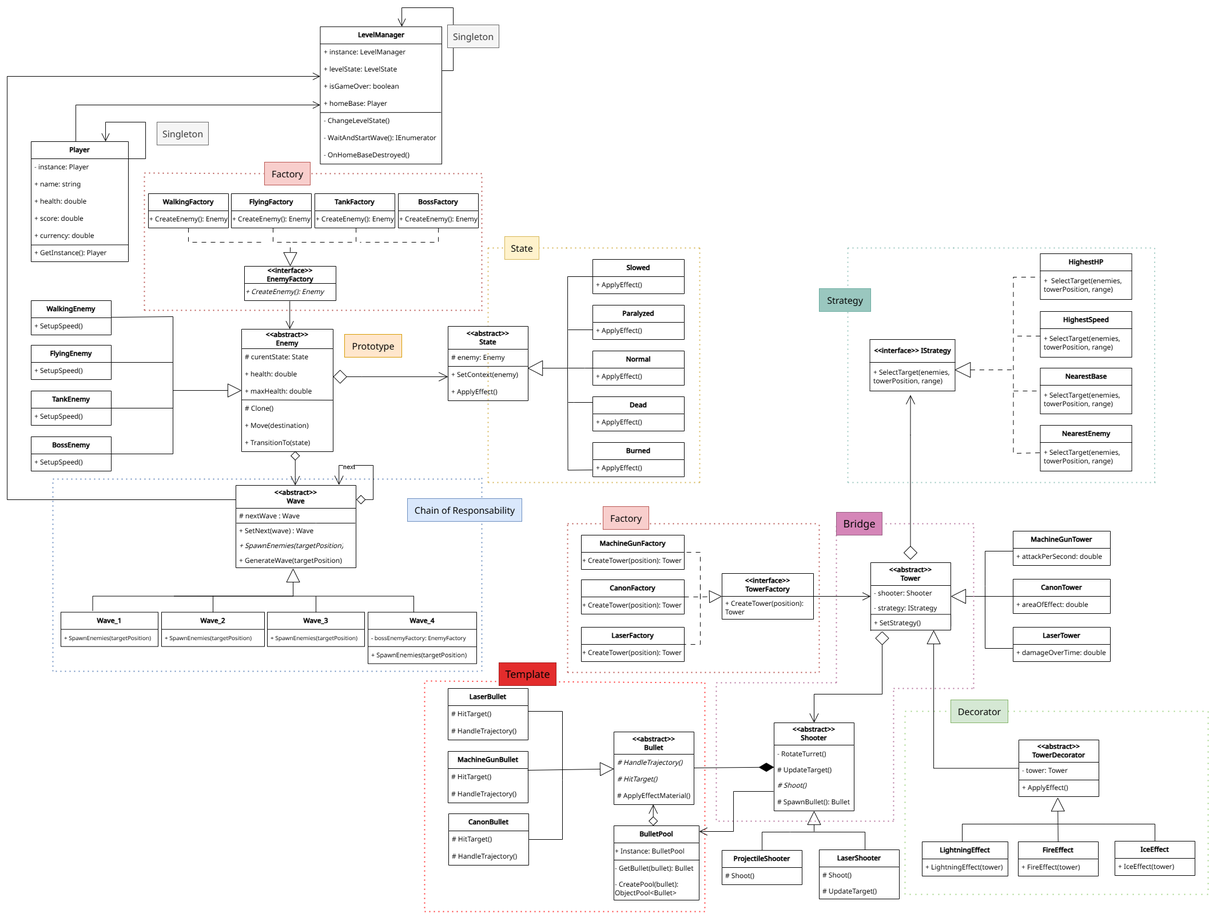
la-defense-des-tours/docs keeps this draw.io diagram as Diagrammes/ClassDiagram.png. Above is the earlier version. Source tidied: cells renumbered, new cells last; positions are measured from the earlier drawing's top-left corner, leaving out a move shared by most shapes.
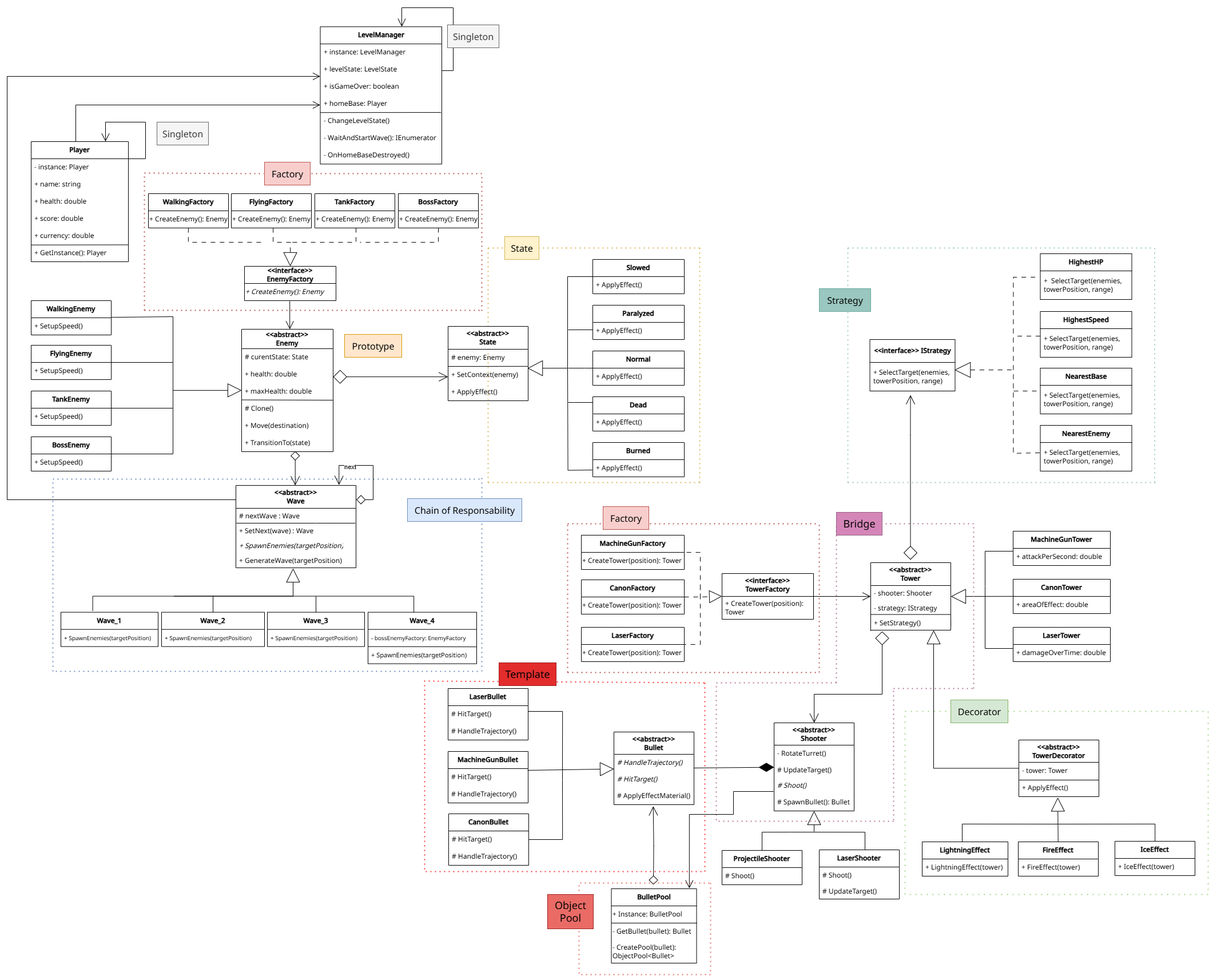
The same diagram one commit later.

Commit message:
fix: add object pool in diagram

The edit, as a diff of the source:
```diff
@@ -16,8 +16,8 @@
         <mxPoint x="1220" y="1180" as="sourcePoint" />
         <mxPoint x="1220" y="1180" as="targetPoint" />
         <Array as="points">
-          <mxPoint x="1220" y="1580" />
-          <mxPoint x="730" y="1580" />
+          <mxPoint x="1220" y="1510" />
+          <mxPoint x="730" y="1510" />
           <mxPoint x="730" y="1177" />
         </Array>
       </mxGeometry>
@@ -356,9 +356,10 @@
     <mxCell id="77" value="&lt;div&gt;Template&lt;/div&gt;" style="text;html=1;align=center;verticalAlign=middle;strokeColor=#A11F1F;fillColor=#E32C2C;fontSize=18;fontFamily=Noto Sans;fontSource=https%3A%2F%2Ffonts.googleapis.com%2Fcss%3Ffamily%3DNoto%2BSans;" parent="37" vertex="1">
       <mxGeometry x="700" y="322" width="100" height="40" as="geometry" />
     </mxCell>
-    <mxCell id="78" style="edgeStyle=orthogonalEdgeStyle;rounded=0;jettySize=auto;html=1;endArrow=open;endFill=0;endSize=14;startArrow=diamond;startFill=0;startSize=14;exitX=0.75;exitY=0;exitDx=0;exitDy=0;entryX=0.491;entryY=0.991;entryDx=0;entryDy=0;entryPerimeter=0;" parent="37" edge="1" target="231">
+    <mxCell id="78" style="edgeStyle=orthogonalEdgeStyle;rounded=0;orthogonalLoop=1;jettySize=auto;html=1;endArrow=open;endFill=0;endSize=14;startArrow=diamond;startFill=0;startSize=14;entryX=0.491;entryY=0.991;entryDx=0;entryDy=0;entryPerimeter=0;" parent="37" edge="1">
       <mxGeometry relative="1" as="geometry">
-        <mxPoint x="969.8" y="607" as="sourcePoint" />
+        <mxPoint x="970" y="710" as="sourcePoint" />
+        <mxPoint x="969.7" y="572.7" as="targetPoint" />
       </mxGeometry>
     </mxCell>
     <mxCell id="79" style="group;strokeColor=#a3d587;dashed=1;fontFamily=Noto Sans;fontSource=https%3A%2F%2Ffonts.googleapis.com%2Fcss%3Ffamily%3DNoto%2BSans;dashPattern=1 4;strokeWidth=2;" parent="1" vertex="1">
@@ -1068,7 +1069,7 @@
       </mxGeometry>
     </mxCell>
     <mxCell id="242" value="&lt;b&gt;BulletPool&lt;/b&gt;" style="swimlane;fontStyle=0;horizontal=1;startSize=30;whiteSpace=wrap;html=1;fillColor=none;fontFamily=Noto Sans;fontSource=https%3A%2F%2Ffonts.googleapis.com%2Fcss%3Ffamily%3DNoto%2BSans;strokeColor=default;" parent="1" vertex="1">
-      <mxGeometry x="1061" y="1430" width="149" height="130" as="geometry" />
+      <mxGeometry x="1056.5" y="1540" width="149" height="130" as="geometry" />
     </mxCell>
     <mxCell id="243" value="&lt;div align=&quot;left&quot;&gt;+ Instance:&amp;nbsp;&lt;span style=&quot;background-color: transparent; color: light-dark(rgb(0, 0, 0), rgb(255, 255, 255));&quot;&gt;BulletPool&lt;/span&gt;&lt;span style=&quot;background-color: transparent; color: light-dark(rgb(0, 0, 0), rgb(255, 255, 255));&quot;&gt;&amp;nbsp;&lt;/span&gt;&lt;br&gt;&lt;/div&gt;" style="text;html=1;align=left;verticalAlign=middle;strokeColor=none;fillColor=none;fontFamily=Noto Sans;fontSource=https%3A%2F%2Ffonts.googleapis.com%2Fcss%3Ffamily%3DNoto%2BSans;" parent="242" vertex="1">
       <mxGeometry y="30" width="149" height="30" as="geometry" />
@@ -1085,14 +1086,29 @@
     <mxCell id="246" value="&lt;div align=&quot;left&quot;&gt;- CreatePool(bullet): &lt;br&gt;ObjectPool&amp;lt;Bullet&amp;gt;&lt;br&gt;&lt;/div&gt;" style="text;html=1;align=left;verticalAlign=middle;strokeColor=none;fillColor=none;fontFamily=Noto Sans;fontSource=https%3A%2F%2Ffonts.googleapis.com%2Fcss%3Ffamily%3DNoto%2BSans;" parent="242" vertex="1">
       <mxGeometry y="90" width="149" height="40" as="geometry" />
     </mxCell>
-    <mxCell id="247" style="edgeStyle=orthogonalEdgeStyle;rounded=0;jettySize=auto;html=1;endArrow=none;endFill=0;endSize=6;fontFamily=Noto Sans;fontSource=https%3A%2F%2Ffonts.googleapis.com%2Fcss%3Ffamily%3DNoto%2BSans;startArrow=open;startFill=0;startSize=12;exitX=1;exitY=0.077;exitDx=0;exitDy=0;exitPerimeter=0;" parent="1" edge="1" source="242">
+    <mxCell id="247" style="edgeStyle=orthogonalEdgeStyle;rounded=0;jettySize=auto;html=1;endArrow=none;endFill=0;endSize=6;fontFamily=Noto Sans;fontSource=https%3A%2F%2Ffonts.googleapis.com%2Fcss%3Ffamily%3DNoto%2BSans;startArrow=open;startFill=0;startSize=12;exitX=0.915;exitY=-0.005;exitDx=0;exitDy=0;exitPerimeter=0;" parent="1" edge="1" source="242">
       <mxGeometry relative="1" as="geometry">
         <mxPoint x="1340" y="1370" as="targetPoint" />
         <Array as="points">
-          <mxPoint x="1270" y="1440" />
+          <mxPoint x="1193" y="1410" />
+          <mxPoint x="1270" y="1410" />
           <mxPoint x="1270" y="1370" />
         </Array>
       </mxGeometry>
     </mxCell>
+    <mxCell id="248" style="endArrow=none;dashed=1;html=1;dashPattern=1 3;strokeWidth=2;rounded=0;fillColor=#f8cecc;strokeColor=#EA6B66;fontFamily=Noto Sans;fontSource=https%3A%2F%2Ffonts.googleapis.com%2Fcss%3Ffamily%3DNoto%2BSans;" parent="1" edge="1">
+      <mxGeometry relative="1" as="geometry">
+        <mxPoint x="1230" y="1530" as="sourcePoint" />
+        <mxPoint x="1230" y="1530" as="targetPoint" />
+        <Array as="points">
+          <mxPoint x="1230" y="1690" />
+          <mxPoint x="1000" y="1690" />
+          <mxPoint x="1000" y="1530" />
+        </Array>
+      </mxGeometry>
+    </mxCell>
+    <mxCell id="249" value="&lt;div&gt;Object&lt;br&gt;Pool&lt;/div&gt;" style="text;html=1;align=center;verticalAlign=middle;strokeColor=#A11F1F;fillColor=light-dark(#ea6b66, #ff8484);fontSize=18;fontFamily=Noto Sans;fontSource=https%3A%2F%2Ffonts.googleapis.com%2Fcss%3Ffamily%3DNoto%2BSans;" parent="1" vertex="1">
+      <mxGeometry x="945" y="1550" width="80" height="60" as="geometry" />
+    </mxCell>
   </root>
 </mxGraphModel>
```
